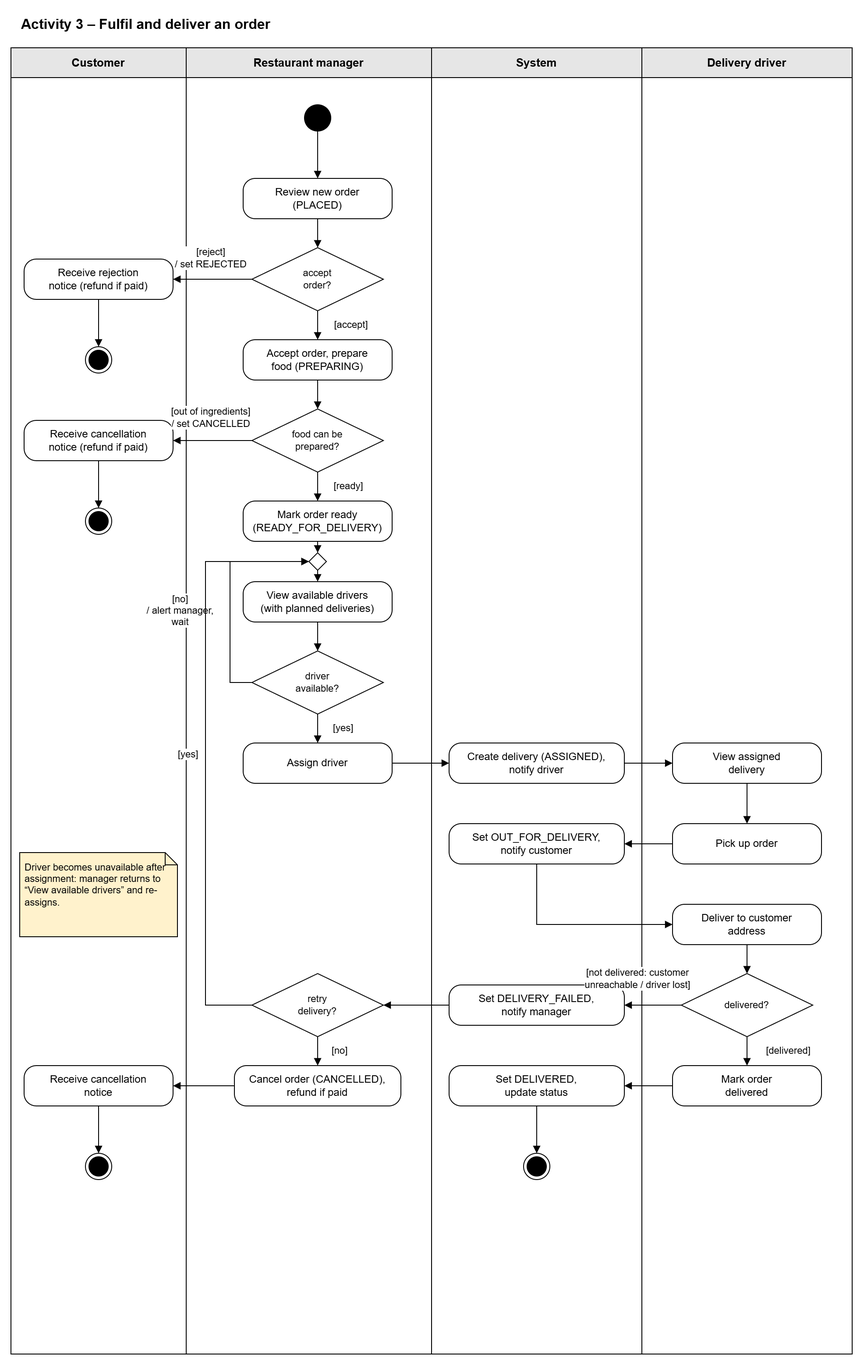
Before: Activity Diagrams/Activity_3_Fulfil_and_deliver_order.png, a diagram exported from draw.io (Lukap42/SWE1_Project). Source tidied: cells renumbered, new cells last; positions are measured from the earlier drawing's top-left corner, leaving out a move shared by most shapes.
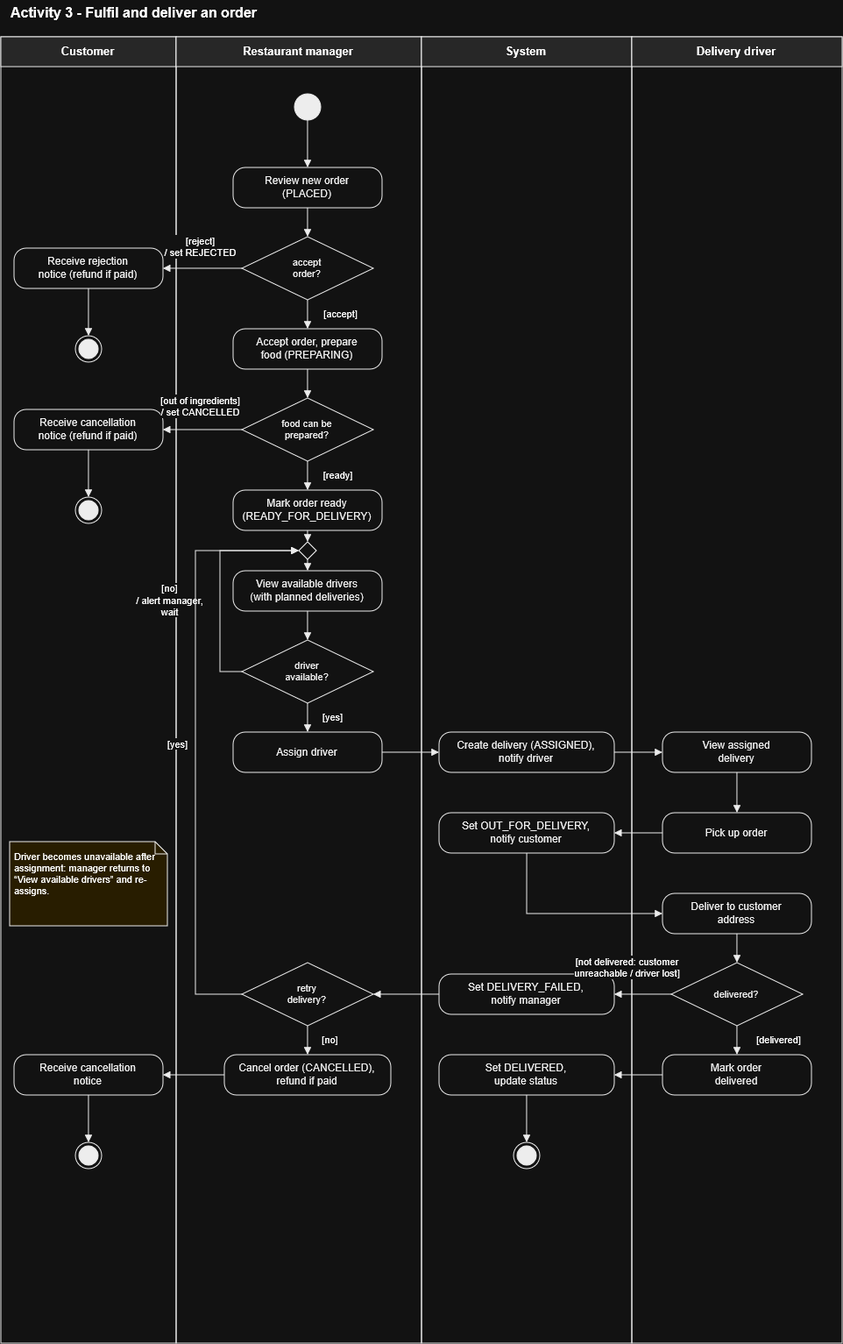
Later version of the same file.

Commit message:
fixed activity diagrams

The edit, as a diff of the source:
```diff
@@ -1,40 +1,40 @@
-<mxGraphModel>
+<mxGraphModel background="#FFFFFF">
   <root>
     <mxCell id="0" />
     <mxCell id="1" parent="0" />
-    <mxCell id="2" value="Activity 3 – Fulfil and deliver an order" style="text;html=1;align=left;verticalAlign=middle;fontSize=16;fontStyle=1;" parent="1" vertex="1">
-      <mxGeometry x="10" width="700" height="30" as="geometry" />
-    </mxCell>
-    <mxCell id="3" style="rounded=0;whiteSpace=wrap;html=1;fillColor=none;strokeColor=#000000;" parent="1" vertex="1">
-      <mxGeometry y="42" width="200" height="1490" as="geometry" />
-    </mxCell>
+    <mxCell id="69" value="Activity 3 - Fulfil and deliver an order" style="text;html=1;align=left;verticalAlign=middle;fontSize=16;fontStyle=1;" parent="1" vertex="1">
+      <mxGeometry x="10" width="700" height="30" as="geometry" />
+    </mxCell>
+    <mxCell id="70" style="rounded=0;whiteSpace=wrap;html=1;fillColor=none;strokeColor=#000000;" parent="1" vertex="1">
+      <mxGeometry y="42" width="200" height="1490" as="geometry" />
+    </mxCell>
     <mxCell id="4" value="Customer" style="rounded=0;whiteSpace=wrap;html=1;fillColor=#E6E6E6;strokeColor=#000000;fontStyle=1;fontSize=13;" parent="1" vertex="1">
       <mxGeometry y="42" width="200" height="34" as="geometry" />
     </mxCell>
-    <mxCell id="5" style="rounded=0;whiteSpace=wrap;html=1;fillColor=none;strokeColor=#000000;" parent="1" vertex="1">
-      <mxGeometry x="200" y="42" width="280" height="1490" as="geometry" />
-    </mxCell>
+    <mxCell id="71" style="rounded=0;whiteSpace=wrap;html=1;fillColor=none;strokeColor=#000000;" parent="1" vertex="1">
+      <mxGeometry x="200" y="42" width="280" height="1490" as="geometry" />
+    </mxCell>
     <mxCell id="6" value="Restaurant manager" style="rounded=0;whiteSpace=wrap;html=1;fillColor=#E6E6E6;strokeColor=#000000;fontStyle=1;fontSize=13;" parent="1" vertex="1">
       <mxGeometry x="200" y="42" width="280" height="34" as="geometry" />
     </mxCell>
-    <mxCell id="7" style="rounded=0;whiteSpace=wrap;html=1;fillColor=none;strokeColor=#000000;" parent="1" vertex="1">
-      <mxGeometry x="480" y="42" width="240" height="1490" as="geometry" />
-    </mxCell>
+    <mxCell id="72" style="rounded=0;whiteSpace=wrap;html=1;fillColor=none;strokeColor=#000000;" parent="1" vertex="1">
+      <mxGeometry x="480" y="42" width="240" height="1490" as="geometry" />
+    </mxCell>
     <mxCell id="8" value="System" style="rounded=0;whiteSpace=wrap;html=1;fillColor=#E6E6E6;strokeColor=#000000;fontStyle=1;fontSize=13;" parent="1" vertex="1">
       <mxGeometry x="480" y="42" width="240" height="34" as="geometry" />
     </mxCell>
-    <mxCell id="9" style="rounded=0;whiteSpace=wrap;html=1;fillColor=none;strokeColor=#000000;" parent="1" vertex="1">
-      <mxGeometry x="720" y="42" width="240" height="1490" as="geometry" />
-    </mxCell>
+    <mxCell id="73" style="rounded=0;whiteSpace=wrap;html=1;fillColor=none;strokeColor=#000000;" parent="1" vertex="1">
+      <mxGeometry x="720" y="42" width="240" height="1490" as="geometry" />
+    </mxCell>
     <mxCell id="10" value="Delivery driver" style="rounded=0;whiteSpace=wrap;html=1;fillColor=#E6E6E6;strokeColor=#000000;fontStyle=1;fontSize=13;" parent="1" vertex="1">
       <mxGeometry x="720" y="42" width="240" height="34" as="geometry" />
     </mxCell>
     <mxCell id="11" value="Driver becomes unavailable after assignment: manager returns to “View available drivers” and re-assigns." style="shape=note;whiteSpace=wrap;html=1;align=left;verticalAlign=top;spacing=6;fontSize=11;fillColor=#FFF2CC;strokeColor=#000000;size=14;" parent="1" vertex="1">
       <mxGeometry x="10" y="960" width="180" height="96" as="geometry" />
     </mxCell>
-    <mxCell id="12" style="ellipse;html=1;fillColor=#000000;strokeColor=#000000;" parent="1" vertex="1">
-      <mxGeometry x="335" y="107" width="30" height="30" as="geometry" />
-    </mxCell>
+    <mxCell id="74" style="ellipse;html=1;fillColor=#000000;strokeColor=#000000;" parent="1" vertex="1">
+      <mxGeometry x="335" y="107" width="30" height="30" as="geometry" />
+    </mxCell>
     <mxCell id="13" value="Review new order&lt;br&gt;(PLACED)" style="rounded=1;arcSize=30;whiteSpace=wrap;html=1;fillColor=#FFFFFF;strokeColor=#000000;fontColor=#000000;fontSize=12;" parent="1" vertex="1">
       <mxGeometry x="265" y="191" width="170" height="46" as="geometry" />
     </mxCell>
@@ -44,9 +44,9 @@
     <mxCell id="15" value="Receive rejection&lt;br&gt;notice (refund if paid)" style="rounded=1;arcSize=30;whiteSpace=wrap;html=1;fillColor=#FFFFFF;strokeColor=#000000;fontColor=#000000;fontSize=12;" parent="1" vertex="1">
       <mxGeometry x="15" y="283" width="170" height="46" as="geometry" />
     </mxCell>
-    <mxCell id="16" style="ellipse;html=1;shape=endState;fillColor=#000000;strokeColor=#000000;" parent="1" vertex="1">
-      <mxGeometry x="85" y="383" width="30" height="30" as="geometry" />
-    </mxCell>
+    <mxCell id="75" style="ellipse;html=1;shape=endState;fillColor=#000000;strokeColor=#000000;" parent="1" vertex="1">
+      <mxGeometry x="85" y="383" width="30" height="30" as="geometry" />
+    </mxCell>
     <mxCell id="17" value="Accept order, prepare&lt;br&gt;food (PREPARING)" style="rounded=1;arcSize=30;whiteSpace=wrap;html=1;fillColor=#FFFFFF;strokeColor=#000000;fontColor=#000000;fontSize=12;" parent="1" vertex="1">
       <mxGeometry x="265" y="375" width="170" height="46" as="geometry" />
     </mxCell>
@@ -56,9 +56,9 @@
     <mxCell id="19" value="Receive cancellation&lt;br&gt;notice (refund if paid)" style="rounded=1;arcSize=30;whiteSpace=wrap;html=1;fillColor=#FFFFFF;strokeColor=#000000;fontColor=#000000;fontSize=12;" parent="1" vertex="1">
       <mxGeometry x="15" y="467" width="170" height="46" as="geometry" />
     </mxCell>
-    <mxCell id="20" style="ellipse;html=1;shape=endState;fillColor=#000000;strokeColor=#000000;" parent="1" vertex="1">
-      <mxGeometry x="85" y="567" width="30" height="30" as="geometry" />
-    </mxCell>
+    <mxCell id="76" style="ellipse;html=1;shape=endState;fillColor=#000000;strokeColor=#000000;" parent="1" vertex="1">
+      <mxGeometry x="85" y="567" width="30" height="30" as="geometry" />
+    </mxCell>
     <mxCell id="21" value="Mark order ready&lt;br&gt;(READY_FOR_DELIVERY)" style="rounded=1;arcSize=30;whiteSpace=wrap;html=1;fillColor=#FFFFFF;strokeColor=#000000;fontColor=#000000;fontSize=12;" parent="1" vertex="1">
       <mxGeometry x="265" y="559" width="170" height="46" as="geometry" />
     </mxCell>
@@ -95,9 +95,9 @@
     <mxCell id="32" value="Set DELIVERED,&lt;br&gt;update status" style="rounded=1;arcSize=30;whiteSpace=wrap;html=1;fillColor=#FFFFFF;strokeColor=#000000;fontColor=#000000;fontSize=12;" parent="1" vertex="1">
       <mxGeometry x="500" y="1203" width="200" height="46" as="geometry" />
     </mxCell>
-    <mxCell id="33" style="ellipse;html=1;shape=endState;fillColor=#000000;strokeColor=#000000;" parent="1" vertex="1">
-      <mxGeometry x="585" y="1303" width="30" height="30" as="geometry" />
-    </mxCell>
+    <mxCell id="77" style="ellipse;html=1;shape=endState;fillColor=#000000;strokeColor=#000000;" parent="1" vertex="1">
+      <mxGeometry x="585" y="1303" width="30" height="30" as="geometry" />
+    </mxCell>
     <mxCell id="34" value="Set DELIVERY_FAILED,&lt;br&gt;notify manager" style="rounded=1;arcSize=30;whiteSpace=wrap;html=1;fillColor=#FFFFFF;strokeColor=#000000;fontColor=#000000;fontSize=12;" parent="1" vertex="1">
       <mxGeometry x="500" y="1111" width="200" height="46" as="geometry" />
     </mxCell>
@@ -110,12 +110,12 @@
     <mxCell id="37" value="Receive cancellation&lt;br&gt;notice" style="rounded=1;arcSize=30;whiteSpace=wrap;html=1;fillColor=#FFFFFF;strokeColor=#000000;fontColor=#000000;fontSize=12;" parent="1" vertex="1">
       <mxGeometry x="15" y="1203" width="170" height="46" as="geometry" />
     </mxCell>
-    <mxCell id="38" style="ellipse;html=1;shape=endState;fillColor=#000000;strokeColor=#000000;" parent="1" vertex="1">
-      <mxGeometry x="85" y="1303" width="30" height="30" as="geometry" />
-    </mxCell>
-    <mxCell id="39" style="edgeStyle=orthogonalEdgeStyle;rounded=0;html=1;jettySize=auto;strokeColor=#000000;endArrow=block;endFill=1;fontSize=11;labelBackgroundColor=#FFFFFF;exitX=0.5000;exitY=1.0000;exitDx=0;exitDy=0;entryX=0.5000;entryY=0.0000;entryDx=0;entryDy=0;" parent="1" edge="1" source="12" target="13">
-      <mxGeometry relative="1" as="geometry" />
-    </mxCell>
+    <mxCell id="78" style="ellipse;html=1;shape=endState;fillColor=#000000;strokeColor=#000000;" parent="1" vertex="1">
+      <mxGeometry x="85" y="1303" width="30" height="30" as="geometry" />
+    </mxCell>
+    <mxCell id="79" style="edgeStyle=orthogonalEdgeStyle;rounded=0;html=1;jettySize=auto;strokeColor=#000000;endArrow=block;endFill=1;fontSize=11;labelBackgroundColor=#FFFFFF;exitX=0.5000;exitY=1.0000;exitDx=0;exitDy=0;entryX=0.5000;entryY=0.0000;entryDx=0;entryDy=0;" parent="1" edge="1" source="74" target="13">
+      <mxGeometry relative="1" as="geometry" />
+    </mxCell>
     <mxCell id="40" style="edgeStyle=orthogonalEdgeStyle;rounded=0;html=1;jettySize=auto;strokeColor=#000000;endArrow=block;endFill=1;fontSize=11;labelBackgroundColor=#FFFFFF;exitX=0.5000;exitY=1.0000;exitDx=0;exitDy=0;entryX=0.5000;entryY=0.0000;entryDx=0;entryDy=0;" parent="1" edge="1" source="13" target="14">
       <mxGeometry relative="1" as="geometry" />
     </mxCell>
@@ -124,9 +124,9 @@
         <mxPoint y="-24" as="offset" />
       </mxGeometry>
     </mxCell>
-    <mxCell id="42" style="edgeStyle=orthogonalEdgeStyle;rounded=0;html=1;jettySize=auto;strokeColor=#000000;endArrow=block;endFill=1;fontSize=11;labelBackgroundColor=#FFFFFF;exitX=0.5000;exitY=1.0000;exitDx=0;exitDy=0;entryX=0.5000;entryY=0.0000;entryDx=0;entryDy=0;" parent="1" edge="1" source="15" target="16">
-      <mxGeometry relative="1" as="geometry" />
-    </mxCell>
+    <mxCell id="80" style="edgeStyle=orthogonalEdgeStyle;rounded=0;html=1;jettySize=auto;strokeColor=#000000;endArrow=block;endFill=1;fontSize=11;labelBackgroundColor=#FFFFFF;exitX=0.5000;exitY=1.0000;exitDx=0;exitDy=0;entryX=0.5000;entryY=0.0000;entryDx=0;entryDy=0;" parent="1" edge="1" source="15" target="75">
+      <mxGeometry relative="1" as="geometry" />
+    </mxCell>
     <mxCell id="43" value="[accept]" style="edgeStyle=orthogonalEdgeStyle;rounded=0;html=1;jettySize=auto;strokeColor=#000000;endArrow=block;endFill=1;fontSize=11;labelBackgroundColor=#FFFFFF;exitX=0.5000;exitY=1.0000;exitDx=0;exitDy=0;entryX=0.5000;entryY=0.0000;entryDx=0;entryDy=0;" parent="1" edge="1" source="14" target="17">
       <mxGeometry x="-0.06" relative="1" as="geometry">
         <mxPoint x="37.8" as="offset" />
@@ -140,21 +140,21 @@
         <mxPoint y="-26" as="offset" />
       </mxGeometry>
     </mxCell>
-    <mxCell id="46" style="edgeStyle=orthogonalEdgeStyle;rounded=0;html=1;jettySize=auto;strokeColor=#000000;endArrow=block;endFill=1;fontSize=11;labelBackgroundColor=#FFFFFF;exitX=0.5000;exitY=1.0000;exitDx=0;exitDy=0;entryX=0.5000;entryY=0.0000;entryDx=0;entryDy=0;" parent="1" edge="1" source="19" target="20">
-      <mxGeometry relative="1" as="geometry" />
-    </mxCell>
+    <mxCell id="81" style="edgeStyle=orthogonalEdgeStyle;rounded=0;html=1;jettySize=auto;strokeColor=#000000;endArrow=block;endFill=1;fontSize=11;labelBackgroundColor=#FFFFFF;exitX=0.5000;exitY=1.0000;exitDx=0;exitDy=0;entryX=0.5000;entryY=0.0000;entryDx=0;entryDy=0;" parent="1" edge="1" source="19" target="76">
+      <mxGeometry relative="1" as="geometry" />
+    </mxCell>
     <mxCell id="47" value="[ready]" style="edgeStyle=orthogonalEdgeStyle;rounded=0;html=1;jettySize=auto;strokeColor=#000000;endArrow=block;endFill=1;fontSize=11;labelBackgroundColor=#FFFFFF;exitX=0.5000;exitY=1.0000;exitDx=0;exitDy=0;entryX=0.5000;entryY=0.0000;entryDx=0;entryDy=0;" parent="1" edge="1" source="18" target="21">
       <mxGeometry x="-0.06" relative="1" as="geometry">
         <mxPoint x="34.7" as="offset" />
       </mxGeometry>
     </mxCell>
-    <mxCell id="48" style="edgeStyle=orthogonalEdgeStyle;rounded=0;html=1;jettySize=auto;strokeColor=#000000;endArrow=block;endFill=1;fontSize=11;labelBackgroundColor=#FFFFFF;exitX=0.5;exitY=1;entryX=0.5;entryY=0;" parent="1" edge="1" source="21" target="67">
-      <mxGeometry relative="1" as="geometry" />
-    </mxCell>
+    <mxCell id="82" style="edgeStyle=orthogonalEdgeStyle;rounded=0;html=1;jettySize=auto;strokeColor=#000000;endArrow=block;endFill=1;fontSize=11;labelBackgroundColor=#FFFFFF;exitX=0.5;exitY=1;entryX=0.5;entryY=0;" parent="1" edge="1" source="21" target="85">
+      <mxGeometry relative="1" as="geometry" />
+    </mxCell>
     <mxCell id="49" style="edgeStyle=orthogonalEdgeStyle;rounded=0;html=1;jettySize=auto;strokeColor=#000000;endArrow=block;endFill=1;fontSize=11;labelBackgroundColor=#FFFFFF;exitX=0.5000;exitY=1.0000;exitDx=0;exitDy=0;entryX=0.5000;entryY=0.0000;entryDx=0;entryDy=0;" parent="1" edge="1" source="22" target="23">
       <mxGeometry relative="1" as="geometry" />
     </mxCell>
-    <mxCell id="50" value="[no]&lt;br&gt;/ alert manager,&lt;br&gt;wait" style="edgeStyle=orthogonalEdgeStyle;rounded=0;html=1;jettySize=auto;strokeColor=#000000;endArrow=block;endFill=1;fontSize=11;labelBackgroundColor=#FFFFFF;exitX=0;exitY=0.5;entryX=0;entryY=0.5;" parent="1" edge="1" source="23" target="67">
+    <mxCell id="50" value="[no]&lt;br&gt;/ alert manager,&lt;br&gt;wait" style="edgeStyle=orthogonalEdgeStyle;rounded=0;html=1;jettySize=auto;strokeColor=#000000;endArrow=block;endFill=1;fontSize=11;labelBackgroundColor=#FFFFFF;exitX=0;exitY=0.5;entryX=0;entryY=0.5;" parent="1" edge="1" source="23" target="85">
       <mxGeometry relative="1" as="geometry">
         <Array as="points">
           <mxPoint x="250" y="766" />
@@ -198,9 +198,9 @@
     <mxCell id="59" style="edgeStyle=orthogonalEdgeStyle;rounded=0;html=1;jettySize=auto;strokeColor=#000000;endArrow=block;endFill=1;fontSize=11;labelBackgroundColor=#FFFFFF;exitX=0.0000;exitY=0.5000;exitDx=0;exitDy=0;entryX=1.0000;entryY=0.5000;entryDx=0;entryDy=0;" parent="1" edge="1" source="31" target="32">
       <mxGeometry relative="1" as="geometry" />
     </mxCell>
-    <mxCell id="60" style="edgeStyle=orthogonalEdgeStyle;rounded=0;html=1;jettySize=auto;strokeColor=#000000;endArrow=block;endFill=1;fontSize=11;labelBackgroundColor=#FFFFFF;exitX=0.5000;exitY=1.0000;exitDx=0;exitDy=0;entryX=0.5000;entryY=0.0000;entryDx=0;entryDy=0;" parent="1" edge="1" source="32" target="33">
-      <mxGeometry relative="1" as="geometry" />
-    </mxCell>
+    <mxCell id="83" style="edgeStyle=orthogonalEdgeStyle;rounded=0;html=1;jettySize=auto;strokeColor=#000000;endArrow=block;endFill=1;fontSize=11;labelBackgroundColor=#FFFFFF;exitX=0.5000;exitY=1.0000;exitDx=0;exitDy=0;entryX=0.5000;entryY=0.0000;entryDx=0;entryDy=0;" parent="1" edge="1" source="32" target="77">
+      <mxGeometry relative="1" as="geometry" />
+    </mxCell>
     <mxCell id="61" value="[not delivered: customer&lt;br&gt;unreachable / driver lost]" style="edgeStyle=orthogonalEdgeStyle;rounded=0;html=1;jettySize=auto;strokeColor=#000000;endArrow=block;endFill=1;fontSize=11;labelBackgroundColor=#FFFFFF;exitX=0.0000;exitY=0.5000;exitDx=0;exitDy=0;entryX=1.0000;entryY=0.5000;entryDx=0;entryDy=0;" parent="1" edge="1" source="30" target="34">
       <mxGeometry x="0.54" relative="1" as="geometry">
         <mxPoint y="-30" as="offset" />
@@ -209,7 +209,7 @@
     <mxCell id="62" style="edgeStyle=orthogonalEdgeStyle;rounded=0;html=1;jettySize=auto;strokeColor=#000000;endArrow=block;endFill=1;fontSize=11;labelBackgroundColor=#FFFFFF;exitX=0.0000;exitY=0.5000;exitDx=0;exitDy=0;entryX=1.0000;entryY=0.5000;entryDx=0;entryDy=0;" parent="1" edge="1" source="34" target="35">
       <mxGeometry relative="1" as="geometry" />
     </mxCell>
-    <mxCell id="63" value="[yes]" style="edgeStyle=orthogonalEdgeStyle;rounded=0;html=1;jettySize=auto;strokeColor=#000000;endArrow=block;endFill=1;fontSize=11;labelBackgroundColor=#FFFFFF;exitX=0;exitY=0.5;entryX=0;entryY=0.5;" parent="1" edge="1" source="35" target="67">
+    <mxCell id="63" value="[yes]" style="edgeStyle=orthogonalEdgeStyle;rounded=0;html=1;jettySize=auto;strokeColor=#000000;endArrow=block;endFill=1;fontSize=11;labelBackgroundColor=#FFFFFF;exitX=0;exitY=0.5;entryX=0;entryY=0.5;" parent="1" edge="1" source="35" target="85">
       <mxGeometry relative="1" as="geometry">
         <Array as="points">
           <mxPoint x="222" y="1134" />
@@ -226,14 +226,14 @@
     <mxCell id="65" style="edgeStyle=orthogonalEdgeStyle;rounded=0;html=1;jettySize=auto;strokeColor=#000000;endArrow=block;endFill=1;fontSize=11;labelBackgroundColor=#FFFFFF;exitX=0.0000;exitY=0.5000;exitDx=0;exitDy=0;entryX=1.0000;entryY=0.5000;entryDx=0;entryDy=0;" parent="1" edge="1" source="36" target="37">
       <mxGeometry relative="1" as="geometry" />
     </mxCell>
-    <mxCell id="66" style="edgeStyle=orthogonalEdgeStyle;rounded=0;html=1;jettySize=auto;strokeColor=#000000;endArrow=block;endFill=1;fontSize=11;labelBackgroundColor=#FFFFFF;exitX=0.5000;exitY=1.0000;exitDx=0;exitDy=0;entryX=0.5000;entryY=0.0000;entryDx=0;entryDy=0;" parent="1" edge="1" source="37" target="38">
-      <mxGeometry relative="1" as="geometry" />
-    </mxCell>
-    <mxCell id="67" style="rhombus;whiteSpace=wrap;html=1;fillColor=#FFFFFF;strokeColor=#000000;fontColor=#000000;fontSize=11;" parent="1" vertex="1">
-      <mxGeometry x="340" y="618" width="20" height="20" as="geometry" />
-    </mxCell>
-    <mxCell id="68" style="edgeStyle=orthogonalEdgeStyle;rounded=0;html=1;jettySize=auto;strokeColor=#000000;endArrow=block;endFill=1;fontSize=11;labelBackgroundColor=#FFFFFF;exitX=0.5;exitY=1;entryX=0.5;entryY=0;" parent="1" edge="1" source="67" target="22">
-      <mxGeometry relative="1" as="geometry" />
-    </mxCell>
+    <mxCell id="84" style="edgeStyle=orthogonalEdgeStyle;rounded=0;html=1;jettySize=auto;strokeColor=#000000;endArrow=block;endFill=1;fontSize=11;labelBackgroundColor=#FFFFFF;exitX=0.5000;exitY=1.0000;exitDx=0;exitDy=0;entryX=0.5000;entryY=0.0000;entryDx=0;entryDy=0;" parent="1" edge="1" source="37" target="78">
+      <mxGeometry relative="1" as="geometry" />
+    </mxCell>
+    <mxCell id="85" style="rhombus;whiteSpace=wrap;html=1;fillColor=#FFFFFF;strokeColor=#000000;fontColor=#000000;fontSize=11;" parent="1" vertex="1">
+      <mxGeometry x="340" y="618" width="20" height="20" as="geometry" />
+    </mxCell>
+    <mxCell id="86" style="edgeStyle=orthogonalEdgeStyle;rounded=0;html=1;jettySize=auto;strokeColor=#000000;endArrow=block;endFill=1;fontSize=11;labelBackgroundColor=#FFFFFF;exitX=0.5;exitY=1;entryX=0.5;entryY=0;" parent="1" edge="1" source="85" target="22">
+      <mxGeometry relative="1" as="geometry" />
+    </mxCell>
   </root>
 </mxGraphModel>
```
